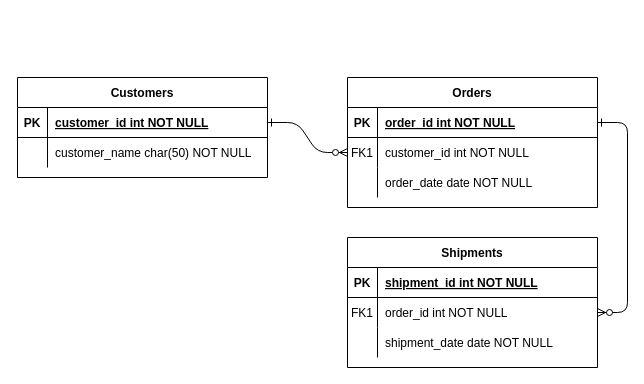
Earlier version of the draw.io diagram Diagramme 0.drawio (mbacc69005Branly/BTS2-CIEL-IR-MCD-2024-2025). Source tidied: cells renumbered, new cells numbered last; positions are measured from the earlier drawing's top-left corner, leaving out a move shared by most shapes. Both pictures are drawn from the tidied source at 100%, with x=0, y=0 at pixel (17, 77).
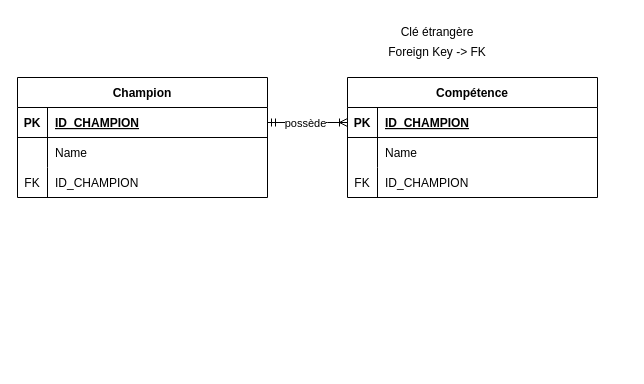
The same diagram, later.

Commit message:
Mettre à jour Diagramme 0.drawio

The change refers to these unchanged cells:
```xml
<mxCell id="5" style="shape=partialRectangle;fillColor=none;points=[[0,0.5],[1,0.5]];portConstraint=eastwest;top=0;left=0;right=0;bottom=1;" parent="4" vertex="1">
  <mxGeometry y="30" width="250" height="30" as="geometry" />
</mxCell>
<mxCell id="8" style="shape=partialRectangle;fillColor=none;points=[[0,0.5],[1,0.5]];portConstraint=eastwest;top=0;left=0;right=0;bottom=0;" parent="4" vertex="1">
  <mxGeometry y="60" width="250" height="30" as="geometry" />
</mxCell>
<mxCell id="25" style="shape=partialRectangle;fillColor=none;points=[[0,0.5],[1,0.5]];portConstraint=eastwest;top=0;left=0;right=0;bottom=1;" parent="24" vertex="1">
  <mxGeometry y="30" width="250" height="30" as="geometry" />
</mxCell>
<mxCell id="28" style="shape=partialRectangle;fillColor=none;top=0;left=0;right=0;bottom=0;" parent="24" vertex="1">
  <mxGeometry y="60" width="250" height="30" as="geometry" />
</mxCell>
```

The edit, as a diff of the source:
```diff
@@
-    <mxCell id="2" style="edgeStyle=entityRelationEdgeStyle;endArrow=ERzeroToMany;startArrow=ERone;endFill=1;startFill=0;" parent="1" edge="1" source="25" target="8">
+    <mxCell id="2" style="edgeStyle=entityRelationEdgeStyle;endArrow=ERoneToMany;startArrow=ERmandOne;endFill=0;startFill=0;entryX=0;entryY=0.5;entryDx=0;entryDy=0;" parent="1" edge="1" source="25" target="5">
       <mxGeometry relative="1" as="geometry" />
     </mxCell>
-    <mxCell id="3" style="edgeStyle=entityRelationEdgeStyle;endArrow=ERzeroToMany;startArrow=ERone;endFill=1;startFill=0;" parent="1" edge="1" source="5" target="18">
-      <mxGeometry relative="1" as="geometry" />
-    </mxCell>
+    <mxCell id="31" value="possède" style="edgeLabel;html=1;align=center;verticalAlign=middle;" parent="2" vertex="1">
+      <mxGeometry x="-0.07" relative="1" as="geometry" />
+    </mxCell>
-    <mxCell id="4" value="Orders" style="shape=table;startSize=30;childLayout=tableLayout;rowLines=0;fontStyle=1;align=center;" parent="1" vertex="1">
-      <mxGeometry x="330" width="250" height="130" as="geometry" />
+    <mxCell id="4" value="Compétence" style="shape=table;startSize=30;childLayout=tableLayout;rowLines=0;fontStyle=1;align=center;" parent="1" vertex="1">
+      <mxGeometry x="330" width="250" height="120" as="geometry" />
     </mxCell>
@@
-    <mxCell id="7" value="order_id int NOT NULL " style="shape=partialRectangle;overflow=hidden;fillColor=none;top=0;left=0;bottom=0;right=0;align=left;spacingLeft=6;fontStyle=5;" parent="5" vertex="1">
+    <mxCell id="7" value="ID_CHAMPION" style="shape=partialRectangle;overflow=hidden;fillColor=none;top=0;left=0;bottom=0;right=0;align=left;spacingLeft=6;fontStyle=5;" parent="5" vertex="1">
       <mxGeometry x="30" width="220" height="30" as="geometry" />
     </mxCell>
@@
-    <mxCell id="9" value="FK1" style="shape=partialRectangle;overflow=hidden;fillColor=none;top=0;left=0;bottom=0;right=0;" parent="8" vertex="1">
+    <mxCell id="9" style="shape=partialRectangle;overflow=hidden;fillColor=none;top=0;left=0;bottom=0;right=0;" parent="8" vertex="1">
       <mxGeometry width="30" height="30" as="geometry" />
     </mxCell>
-    <mxCell id="10" value="customer_id int NOT NULL" style="shape=partialRectangle;overflow=hidden;fillColor=none;top=0;left=0;bottom=0;right=0;align=left;spacingLeft=6;" parent="8" vertex="1">
+    <mxCell id="10" value="Name" style="shape=partialRectangle;overflow=hidden;fillColor=none;top=0;left=0;bottom=0;right=0;align=left;spacingLeft=6;" parent="8" vertex="1">
       <mxGeometry x="30" width="220" height="30" as="geometry" />
     </mxCell>
-    <mxCell id="11" style="shape=partialRectangle;fillColor=none;top=0;left=0;right=0;bottom=0;" parent="4" vertex="1">
-      <mxGeometry y="90" width="250" height="30" as="geometry" />
-    </mxCell>
-    <mxCell id="12" style="shape=partialRectangle;overflow=hidden;fillColor=none;top=0;left=0;bottom=0;right=0;" parent="11" vertex="1">
-      <mxGeometry width="30" height="30" as="geometry" />
-    </mxCell>
-    <mxCell id="13" value="order_date date NOT NULL" style="shape=partialRectangle;overflow=hidden;fillColor=none;top=0;left=0;bottom=0;right=0;align=left;spacingLeft=6;" parent="11" vertex="1">
-      <mxGeometry x="30" width="220" height="30" as="geometry" />
-    </mxCell>
-    <mxCell id="14" value="Shipments" style="shape=table;startSize=30;childLayout=tableLayout;rowLines=0;fontStyle=1;align=center;" parent="1" vertex="1">
-      <mxGeometry x="330" y="160" width="250" height="130" as="geometry" />
-    </mxCell>
-    <mxCell id="15" style="shape=partialRectangle;fillColor=none;top=0;left=0;right=0;bottom=1;" parent="14" vertex="1">
-      <mxGeometry y="30" width="250" height="30" as="geometry" />
-    </mxCell>
-    <mxCell id="16" value="PK" style="shape=partialRectangle;overflow=hidden;fillColor=none;top=0;left=0;bottom=0;right=0;fontStyle=1;" parent="15" vertex="1">
-      <mxGeometry width="30" height="30" as="geometry" />
-    </mxCell>
-    <mxCell id="17" value="shipment_id int NOT NULL " style="shape=partialRectangle;overflow=hidden;fillColor=none;top=0;left=0;bottom=0;right=0;align=left;spacingLeft=6;fontStyle=5;" parent="15" vertex="1">
-      <mxGeometry x="30" width="220" height="30" as="geometry" />
-    </mxCell>
-    <mxCell id="18" style="shape=partialRectangle;fillColor=none;points=[[0,0.5],[1,0.5]];portConstraint=eastwest;top=0;left=0;right=0;bottom=0;" parent="14" vertex="1">
-      <mxGeometry y="60" width="250" height="30" as="geometry" />
-    </mxCell>
-    <mxCell id="19" value="FK1" style="shape=partialRectangle;overflow=hidden;fillColor=none;top=0;left=0;bottom=0;right=0;" parent="18" vertex="1">
-      <mxGeometry width="30" height="30" as="geometry" />
-    </mxCell>
-    <mxCell id="20" value="order_id int NOT NULL" style="shape=partialRectangle;overflow=hidden;fillColor=none;top=0;left=0;bottom=0;right=0;align=left;spacingLeft=6;" parent="18" vertex="1">
-      <mxGeometry x="30" width="220" height="30" as="geometry" />
-    </mxCell>
-    <mxCell id="21" style="shape=partialRectangle;fillColor=none;top=0;left=0;right=0;bottom=0;" parent="14" vertex="1">
-      <mxGeometry y="90" width="250" height="30" as="geometry" />
-    </mxCell>
-    <mxCell id="22" style="shape=partialRectangle;overflow=hidden;fillColor=none;top=0;left=0;bottom=0;right=0;" parent="21" vertex="1">
-      <mxGeometry width="30" height="30" as="geometry" />
-    </mxCell>
-    <mxCell id="23" value="shipment_date date NOT NULL" style="shape=partialRectangle;overflow=hidden;fillColor=none;top=0;left=0;bottom=0;right=0;align=left;spacingLeft=6;" parent="21" vertex="1">
-      <mxGeometry x="30" width="220" height="30" as="geometry" />
-    </mxCell>
+    <mxCell id="32" style="shape=partialRectangle;fillColor=none;top=0;left=0;right=0;bottom=0;" parent="4" vertex="1">
+      <mxGeometry y="90" width="250" height="30" as="geometry" />
+    </mxCell>
+    <mxCell id="33" value="FK" style="shape=partialRectangle;overflow=hidden;fillColor=none;top=0;left=0;bottom=0;right=0;" parent="32" vertex="1">
+      <mxGeometry width="30" height="30" as="geometry" />
+    </mxCell>
+    <mxCell id="34" value="ID_CHAMPION" style="shape=partialRectangle;overflow=hidden;fillColor=none;top=0;left=0;bottom=0;right=0;align=left;spacingLeft=6;" parent="32" vertex="1">
+      <mxGeometry x="30" width="220" height="30" as="geometry" />
+    </mxCell>
-    <mxCell id="24" value="Customers" style="shape=table;startSize=30;childLayout=tableLayout;rowLines=0;fontStyle=1;align=center;" parent="1" vertex="1">
-      <mxGeometry width="250" height="100" as="geometry" />
+    <mxCell id="24" value="Champion" style="shape=table;startSize=30;childLayout=tableLayout;rowLines=0;fontStyle=1;align=center;" parent="1" vertex="1">
+      <mxGeometry width="250" height="120" as="geometry" />
     </mxCell>
@@
-    <mxCell id="27" value="customer_id int NOT NULL " style="shape=partialRectangle;overflow=hidden;fillColor=none;top=0;left=0;bottom=0;right=0;align=left;spacingLeft=6;fontStyle=5;" parent="25" vertex="1">
+    <mxCell id="27" value="ID_CHAMPION" style="shape=partialRectangle;overflow=hidden;fillColor=none;top=0;left=0;bottom=0;right=0;align=left;spacingLeft=6;fontStyle=5;" parent="25" vertex="1">
       <mxGeometry x="30" width="220" height="30" as="geometry" />
     </mxCell>
@@
-    <mxCell id="30" value="customer_name char(50) NOT NULL" style="shape=partialRectangle;overflow=hidden;fillColor=none;top=0;left=0;bottom=0;right=0;align=left;spacingLeft=6;" parent="28" vertex="1">
+    <mxCell id="30" value="Name" style="shape=partialRectangle;overflow=hidden;fillColor=none;top=0;left=0;bottom=0;right=0;align=left;spacingLeft=6;" parent="28" vertex="1">
       <mxGeometry x="30" width="220" height="30" as="geometry" />
     </mxCell>
+    <mxCell id="35" style="shape=partialRectangle;fillColor=none;top=0;left=0;right=0;bottom=0;" parent="24" vertex="1">
+      <mxGeometry y="90" width="250" height="30" as="geometry" />
+    </mxCell>
+    <mxCell id="36" value="FK" style="shape=partialRectangle;overflow=hidden;fillColor=none;top=0;left=0;bottom=0;right=0;" parent="35" vertex="1">
+      <mxGeometry width="30" height="30" as="geometry" />
+    </mxCell>
+    <mxCell id="37" value="ID_CHAMPION" style="shape=partialRectangle;overflow=hidden;fillColor=none;top=0;left=0;bottom=0;right=0;align=left;spacingLeft=6;" parent="35" vertex="1">
+      <mxGeometry x="30" width="220" height="30" as="geometry" />
+    </mxCell>
+    <mxCell id="38" value="Clé étrangère" style="text;html=1;align=center;verticalAlign=middle;whiteSpace=wrap;rounded=0;" parent="1" vertex="1">
+      <mxGeometry x="330" y="-60" width="180" height="30" as="geometry" />
+    </mxCell>
+    <mxCell id="39" value="Foreign Key -&amp;gt; FK" style="text;html=1;align=center;verticalAlign=middle;whiteSpace=wrap;rounded=0;" parent="1" vertex="1">
+      <mxGeometry x="330" y="-40" width="180" height="30" as="geometry" />
+    </mxCell>
```
